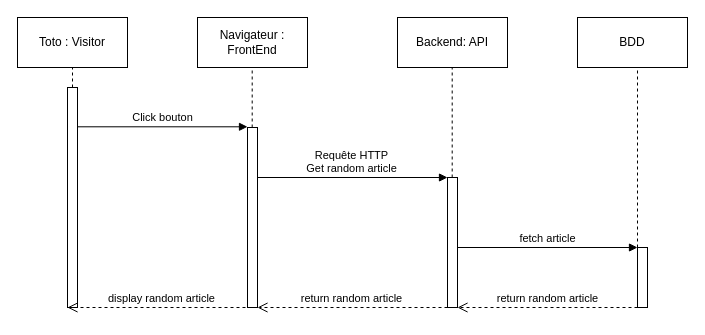
Above: server/doc/D-Sequence.drawio in Effy93/brief-4 (draw.io), before the change. Source tidied: cells renumbered, new cells numbered last; positions are measured from the earlier drawing's top-left corner, leaving out a move shared by most shapes. Both pictures are drawn from the tidied source at 100%, with x=0, y=0 at pixel (17, 17).
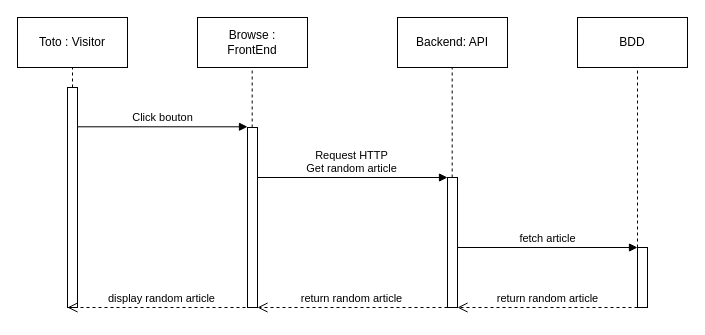
The same page after the edit.

The edit, as a diff of the source:
```diff
@@
-    <mxCell id="5" value="Navigateur : FrontEnd" style="html=1;whiteSpace=wrap;" parent="1" vertex="1">
+    <mxCell id="5" value="Browse :&lt;br&gt;FrontEnd" style="html=1;whiteSpace=wrap;" parent="1" vertex="1">
       <mxGeometry x="180" width="110" height="50" as="geometry" />
     </mxCell>
@@
-    <mxCell id="9" value="Requête HTTP &lt;br&gt;Get random article" style="html=1;verticalAlign=bottom;endArrow=block;curved=0;rounded=0;" parent="1" edge="1">
+    <mxCell id="9" value="Request HTTP &lt;br&gt;Get random article" style="html=1;verticalAlign=bottom;endArrow=block;curved=0;rounded=0;" parent="1" edge="1">
       <mxGeometry x="-0.01" relative="1" as="geometry">
         <mxPoint x="240" y="160" as="sourcePoint" />
         <mxPoint x="430" y="160" as="targetPoint" />
       </mxGeometry>
     </mxCell>
```
